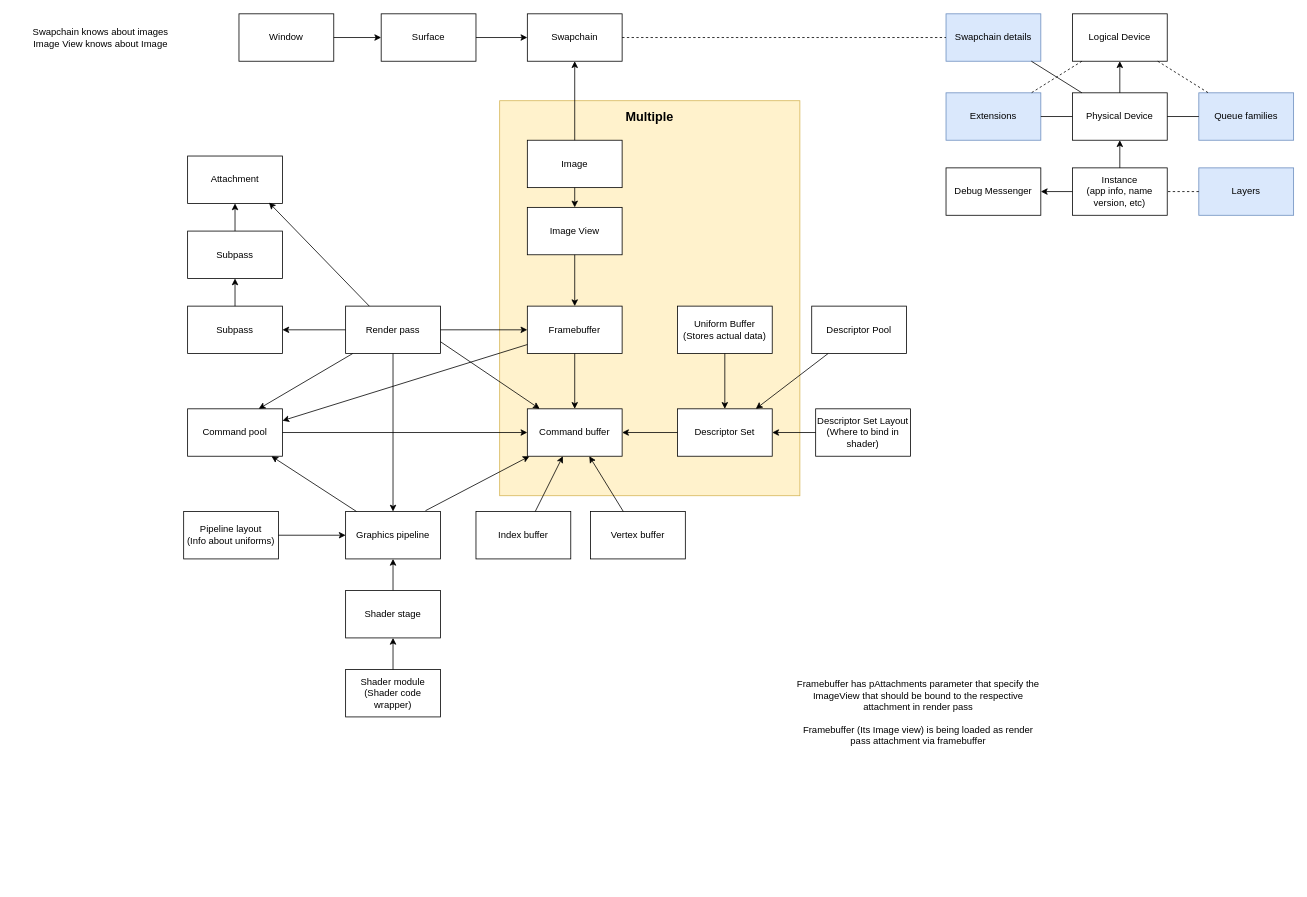
Earlier version of the draw.io diagram StarburstRenderingEngine/StarburstRenderingEngine/res/Other/VulkanDependencies.drawio (MattSzymonski/Starburst-Rendering-Engine). Source tidied: cells renumbered, new cells numbered last; positions are measured from the earlier drawing's top-left corner, leaving out a move shared by most shapes. Both pictures are drawn from the tidied source at 79%, with x=0, y=0 at pixel (13, 13).
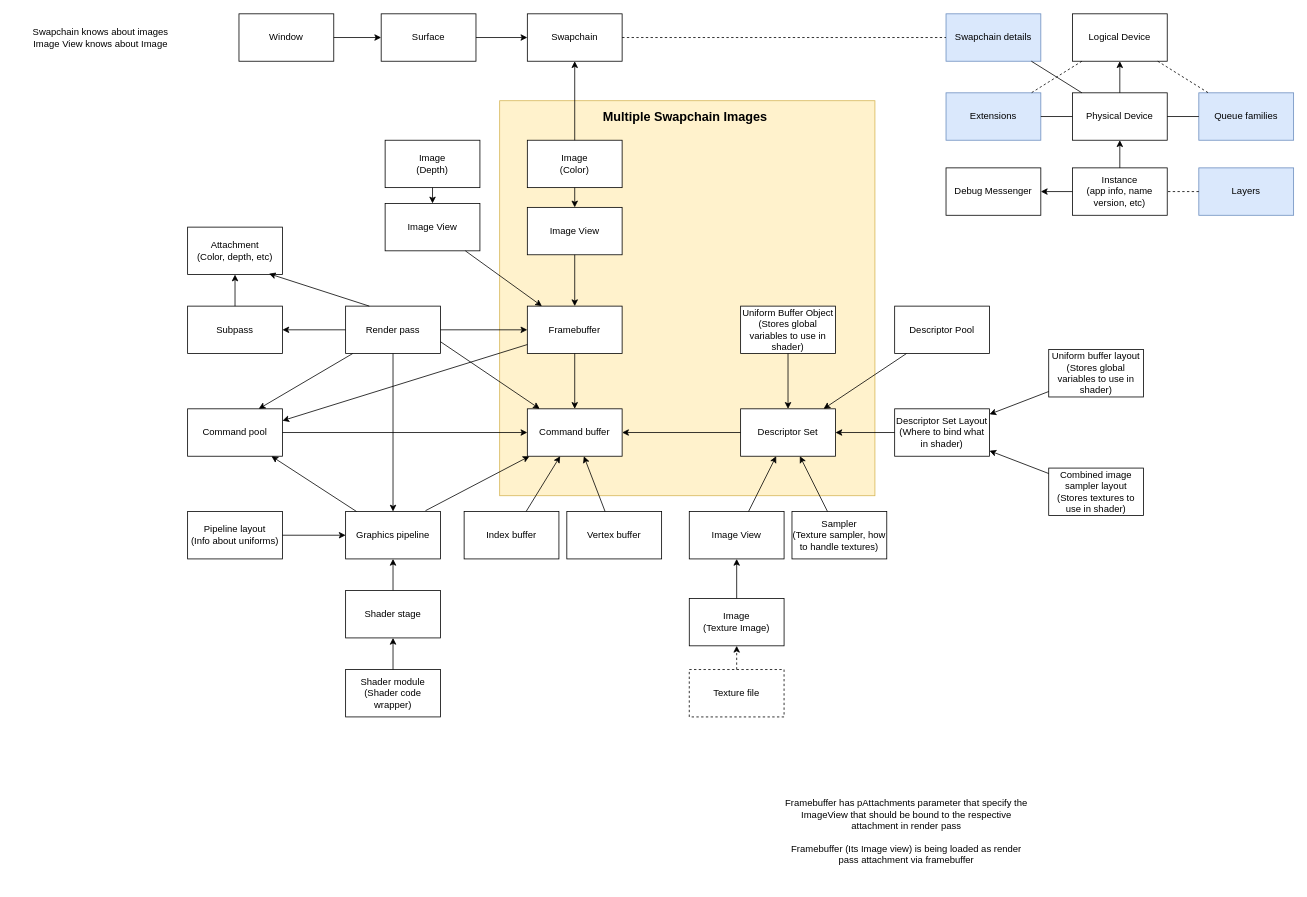
Above is the later version.

Commit message (it also covers changes not shown here):
Texture sampler and depth buffer

Unchanged cells that the change refers to:
```xml
<mxCell id="7" value="&lt;span style=&quot;white-space: normal&quot;&gt;Framebuffer&lt;/span&gt;" style="rounded=0;whiteSpace=wrap;html=1;" parent="1" vertex="1">
  <mxGeometry x="650" y="370" width="120" height="60" as="geometry" />
</mxCell>
<mxCell id="13" value="&lt;span style=&quot;white-space: normal&quot;&gt;Subpass&lt;/span&gt;" style="rounded=0;whiteSpace=wrap;html=1;" parent="1" vertex="1">
  <mxGeometry x="220" y="370" width="120" height="60" as="geometry" />
</mxCell>
```

The edit, as a diff of the source:
```diff
@@
     <mxCell id="2" style="rounded=0;whiteSpace=wrap;html=1;fillColor=#fff2cc;strokeColor=#d6b656;shadow=0;" parent="1" vertex="1">
-      <mxGeometry x="615" y="110" width="380" height="500" as="geometry" />
+      <mxGeometry x="615" y="110" width="475" height="500" as="geometry" />
     </mxCell>
@@
-    <mxCell id="5" value="&lt;span style=&quot;white-space: normal&quot;&gt;Image&lt;/span&gt;" style="rounded=0;whiteSpace=wrap;html=1;" parent="1" vertex="1">
+    <mxCell id="5" value="&lt;span style=&quot;white-space: normal&quot;&gt;Image&lt;br&gt;(Color)&lt;br&gt;&lt;/span&gt;" style="rounded=0;whiteSpace=wrap;html=1;" parent="1" vertex="1">
       <mxGeometry x="650" y="160" width="120" height="60" as="geometry" />
     </mxCell>
@@
-    <mxCell id="11" value="&lt;span style=&quot;white-space: normal&quot;&gt;Attachment&lt;/span&gt;" style="rounded=0;whiteSpace=wrap;html=1;" parent="1" vertex="1">
-      <mxGeometry x="220" y="180" width="120" height="60" as="geometry" />
+    <mxCell id="11" value="&lt;span style=&quot;white-space: normal&quot;&gt;Attachment&lt;br&gt;(Color, depth, etc)&lt;br&gt;&lt;/span&gt;" style="rounded=0;whiteSpace=wrap;html=1;" parent="1" vertex="1">
+      <mxGeometry x="220" y="270" width="120" height="60" as="geometry" />
     </mxCell>
-    <mxCell id="12" value="&lt;span style=&quot;white-space: normal&quot;&gt;Subpass&lt;/span&gt;" style="rounded=0;whiteSpace=wrap;html=1;" parent="1" vertex="1">
-      <mxGeometry x="220" y="275" width="120" height="60" as="geometry" />
-    </mxCell>
@@
-    <mxCell id="19" style="endArrow=classic;html=1;entryX=0.5;entryY=1;entryDx=0;entryDy=0;" parent="1" edge="1" source="13" target="12">
+    <mxCell id="19" style="endArrow=classic;html=1;" parent="1" edge="1" source="13" target="11">
       <mxGeometry relative="1" as="geometry" />
     </mxCell>
@@
     <mxCell id="21" value="&lt;span style=&quot;white-space: normal&quot;&gt;Pipeline layout&lt;br&gt;(Info about uniforms)&lt;br&gt;&lt;/span&gt;" style="rounded=0;whiteSpace=wrap;html=1;" parent="1" vertex="1">
-      <mxGeometry x="215" y="630" width="120" height="60" as="geometry" />
+      <mxGeometry x="220" y="630" width="120" height="60" as="geometry" />
     </mxCell>
@@
-    <mxCell id="30" style="endArrow=classic;html=1;entryX=0.5;entryY=1;entryDx=0;entryDy=0;exitX=0.5;exitY=0;exitDx=0;exitDy=0;" parent="1" edge="1" source="12" target="11">
-      <mxGeometry relative="1" as="geometry" />
-    </mxCell>
     <mxCell id="31" value="Framebuffer has pAttachments parameter that specify the ImageView that should be bound to the respective attachment in render pass&lt;br&gt;&lt;br&gt;Framebuffer (Its Image view) is being loaded as render pass attachment via framebuffer" style="text;html=1;strokeColor=none;fillColor=none;align=center;verticalAlign=middle;whiteSpace=wrap;rounded=0;" parent="1" vertex="1">
-      <mxGeometry x="990" y="820" width="310" height="130" as="geometry" />
+      <mxGeometry x="975" y="970" width="310" height="130" as="geometry" />
     </mxCell>
@@
     <mxCell id="60" value="Vertex buffer" style="rounded=0;whiteSpace=wrap;html=1;" parent="1" vertex="1">
-      <mxGeometry x="730" y="630" width="120" height="60" as="geometry" />
+      <mxGeometry x="700" y="630" width="120" height="60" as="geometry" />
     </mxCell>
     <mxCell id="61" value="Index buffer" style="rounded=0;whiteSpace=wrap;html=1;" parent="1" vertex="1">
-      <mxGeometry x="585" y="630" width="120" height="60" as="geometry" />
+      <mxGeometry x="570" y="630" width="120" height="60" as="geometry" />
     </mxCell>
@@
-    <mxCell id="64" value="Multiple" style="text;html=1;strokeColor=none;fillColor=none;align=center;verticalAlign=middle;whiteSpace=wrap;rounded=0;shadow=0;comic=0;fontStyle=1;fontSize=16;" parent="1" vertex="1">
-      <mxGeometry x="710" y="120" width="190" height="20" as="geometry" />
+    <mxCell id="64" value="Multiple Swapchain Images" style="text;html=1;strokeColor=none;fillColor=none;align=center;verticalAlign=middle;whiteSpace=wrap;rounded=0;shadow=0;comic=0;fontStyle=1;fontSize=16;" parent="1" vertex="1">
+      <mxGeometry x="620" y="120" width="460" height="20" as="geometry" />
     </mxCell>
     <mxCell id="65" value="Descriptor Pool" style="rounded=0;whiteSpace=wrap;html=1;" parent="1" vertex="1">
-      <mxGeometry x="1010" y="370" width="120" height="60" as="geometry" />
+      <mxGeometry x="1115" y="370" width="120" height="60" as="geometry" />
     </mxCell>
     <mxCell id="66" value="Descriptor Set" style="rounded=0;whiteSpace=wrap;html=1;" parent="1" vertex="1">
-      <mxGeometry x="840" y="500" width="120" height="60" as="geometry" />
+      <mxGeometry x="920" y="500" width="120" height="60" as="geometry" />
     </mxCell>
@@
-    <mxCell id="68" value="Descriptor Set Layout&lt;br&gt;(Where to bind in shader)" style="rounded=0;whiteSpace=wrap;html=1;" parent="1" vertex="1">
-      <mxGeometry x="1015" y="500" width="120" height="60" as="geometry" />
+    <mxCell id="68" value="Descriptor Set Layout&lt;br&gt;(Where to bind what&lt;br&gt;in shader)" style="rounded=0;whiteSpace=wrap;html=1;" parent="1" vertex="1">
+      <mxGeometry x="1115" y="500" width="120" height="60" as="geometry" />
     </mxCell>
@@
-    <mxCell id="70" value="Uniform Buffer&lt;br&gt;(Stores actual data)" style="rounded=0;whiteSpace=wrap;html=1;" parent="1" vertex="1">
-      <mxGeometry x="840" y="370" width="120" height="60" as="geometry" />
+    <mxCell id="70" value="Uniform Buffer Object&lt;br&gt;(Stores global variables to use in shader)" style="rounded=0;whiteSpace=wrap;html=1;" parent="1" vertex="1">
+      <mxGeometry x="920" y="370" width="120" height="60" as="geometry" />
     </mxCell>
@@
+    <mxCell id="73" value="Uniform buffer layout&lt;br&gt;(Stores global variables to use in shader)" style="rounded=0;whiteSpace=wrap;html=1;" parent="1" vertex="1">
+      <mxGeometry x="1310" y="425" width="120" height="60" as="geometry" />
+    </mxCell>
+    <mxCell id="74" value="Combined image sampler layout&lt;br&gt;(Stores textures to use in shader)" style="rounded=0;whiteSpace=wrap;html=1;" parent="1" vertex="1">
+      <mxGeometry x="1310" y="575" width="120" height="60" as="geometry" />
+    </mxCell>
+    <mxCell id="75" style="endArrow=classic;html=1;" parent="1" edge="1" source="73" target="68">
+      <mxGeometry relative="1" as="geometry" />
+    </mxCell>
+    <mxCell id="76" style="endArrow=classic;html=1;" parent="1" edge="1" source="74" target="68">
+      <mxGeometry relative="1" as="geometry" />
+    </mxCell>
+    <mxCell id="77" value="Texture file" style="rounded=0;whiteSpace=wrap;html=1;dashed=1;" parent="1" vertex="1">
+      <mxGeometry x="855" y="830" width="120" height="60" as="geometry" />
+    </mxCell>
+    <mxCell id="78" value="Image&lt;br&gt;(Texture Image)" style="rounded=0;whiteSpace=wrap;html=1;" parent="1" vertex="1">
+      <mxGeometry x="855" y="740" width="120" height="60" as="geometry" />
+    </mxCell>
+    <mxCell id="79" style="endArrow=classic;html=1;dashed=1;" parent="1" edge="1" source="77" target="78">
+      <mxGeometry relative="1" as="geometry" />
+    </mxCell>
+    <mxCell id="80" value="&lt;span style=&quot;white-space: normal&quot;&gt;Image View&lt;/span&gt;" style="rounded=0;whiteSpace=wrap;html=1;" parent="1" vertex="1">
+      <mxGeometry x="855" y="630" width="120" height="60" as="geometry" />
+    </mxCell>
+    <mxCell id="81" style="endArrow=classic;html=1;" parent="1" edge="1" source="78" target="80">
+      <mxGeometry relative="1" as="geometry" />
+    </mxCell>
+    <mxCell id="82" style="endArrow=classic;html=1;" parent="1" edge="1" source="80" target="66">
+      <mxGeometry relative="1" as="geometry" />
+    </mxCell>
+    <mxCell id="83" value="&lt;span style=&quot;white-space: normal&quot;&gt;Sampler&lt;br&gt;(Texture sampler, how to handle textures)&lt;br&gt;&lt;/span&gt;" style="rounded=0;whiteSpace=wrap;html=1;" parent="1" vertex="1">
+      <mxGeometry x="985" y="630" width="120" height="60" as="geometry" />
+    </mxCell>
+    <mxCell id="84" style="endArrow=classic;html=1;" parent="1" edge="1" source="83" target="66">
+      <mxGeometry relative="1" as="geometry" />
+    </mxCell>
+    <mxCell id="85" value="&lt;span style=&quot;white-space: normal&quot;&gt;Image View&lt;br&gt;&lt;/span&gt;" style="rounded=0;whiteSpace=wrap;html=1;" parent="1" vertex="1">
+      <mxGeometry x="470" y="240" width="120" height="60" as="geometry" />
+    </mxCell>
+    <mxCell id="86" value="&lt;span style=&quot;white-space: normal&quot;&gt;Image&lt;br&gt;(Depth)&lt;br&gt;&lt;/span&gt;" style="rounded=0;whiteSpace=wrap;html=1;" parent="1" vertex="1">
+      <mxGeometry x="470" y="160" width="120" height="60" as="geometry" />
+    </mxCell>
+    <mxCell id="87" style="endArrow=classic;html=1;" parent="1" edge="1" source="86" target="85">
+      <mxGeometry relative="1" as="geometry" />
+    </mxCell>
+    <mxCell id="88" style="endArrow=classic;html=1;" parent="1" edge="1" source="85" target="7">
+      <mxGeometry relative="1" as="geometry" />
+    </mxCell>
```
